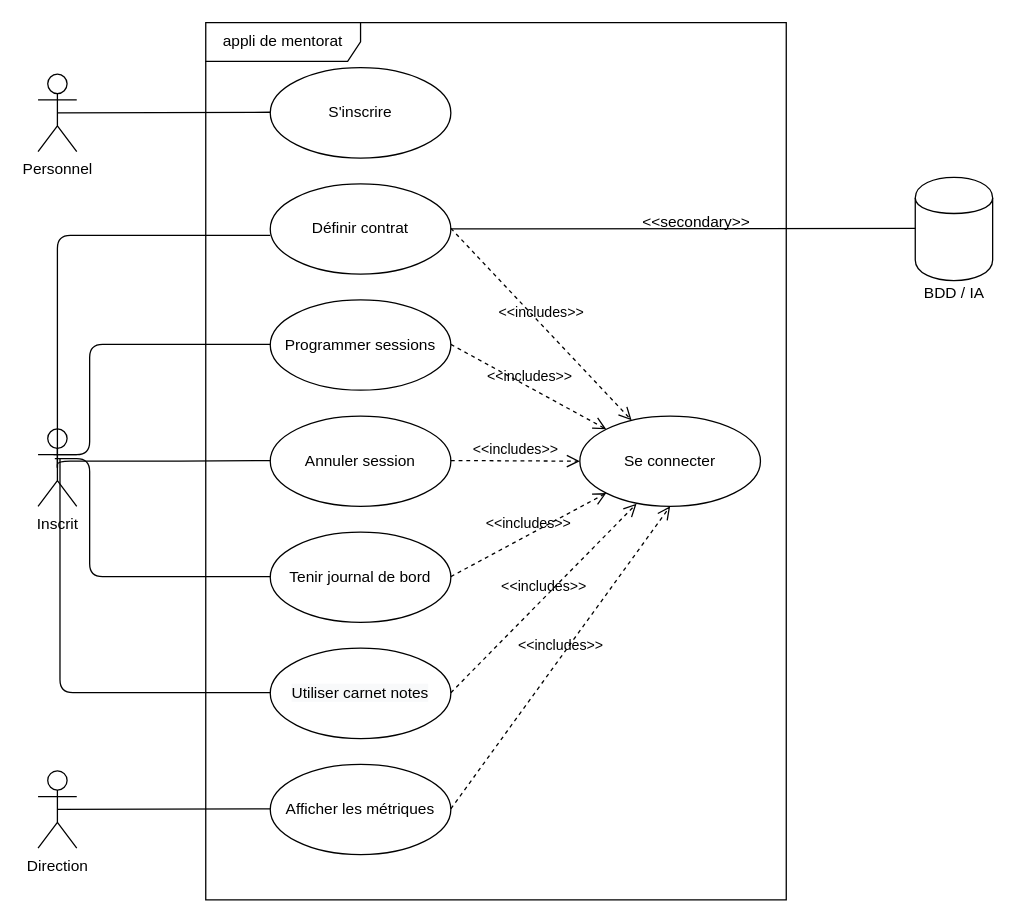
The draw.io diagram UseCasesDiagram.drawio in emmo78/Project_ConceptionOfMentorApp, before the edit. Source tidied: cells renumbered, new cells numbered last; positions are measured from the earlier drawing's top-left corner, leaving out a move shared by most shapes. Both pictures are drawn from the tidied source at 129%, with x=0, y=0 at pixel (37, 22).
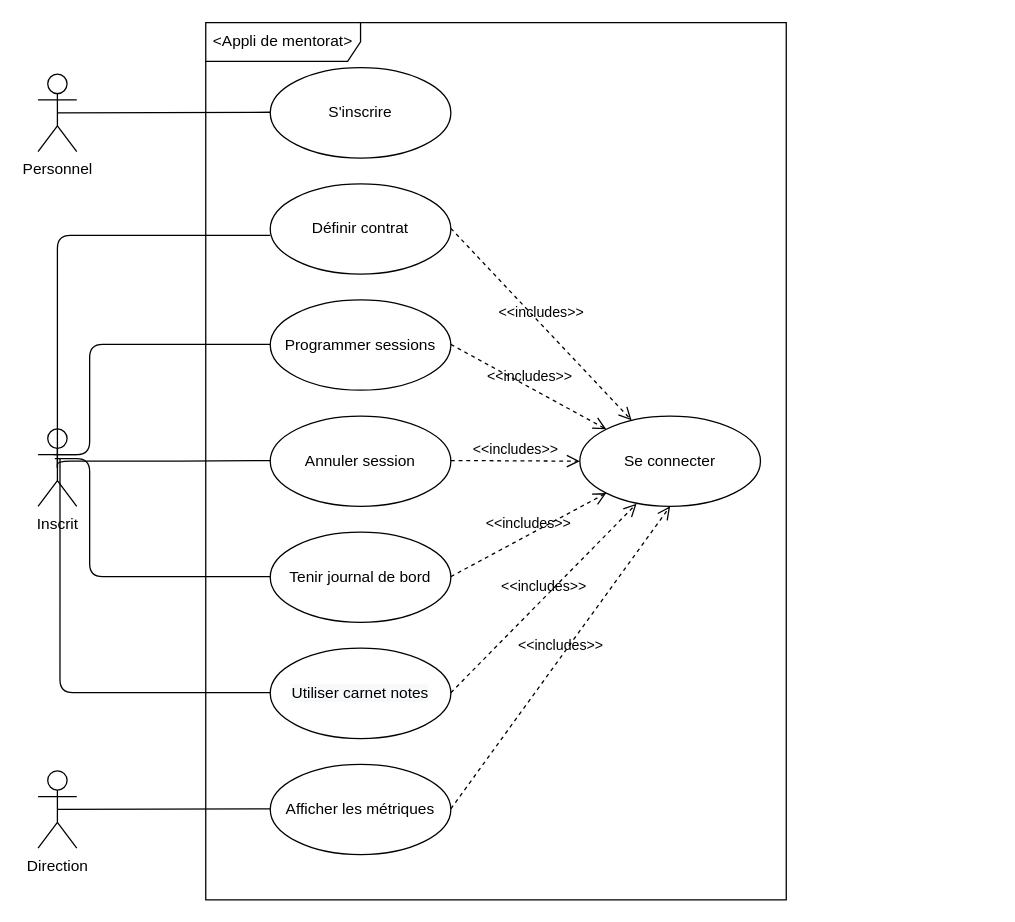
After the change.

The change refers to these unchanged cells:
```xml
<mxCell id="4" value="Définir contrat" style="ellipse;whiteSpace=wrap;html=1;" parent="1" vertex="1">
  <mxGeometry x="180" y="125" width="140" height="70" as="geometry" />
</mxCell>
```

Diff of the diagram source:
```diff
@@
-    <mxCell id="2" value="appli de mentorat" style="shape=umlFrame;whiteSpace=wrap;html=1;width=120;height=30;" parent="1" vertex="1">
+    <mxCell id="2" value="&amp;lt;Appli de mentorat&amp;gt;" style="shape=umlFrame;whiteSpace=wrap;html=1;width=120;height=30;" parent="1" vertex="1">
       <mxGeometry x="130" width="450" height="680" as="geometry" />
     </mxCell>
@@
-    <mxCell id="27" style="shape=cylinder;whiteSpace=wrap;html=1;boundedLbl=1;backgroundOutline=1;verticalAlign=top;" parent="1" vertex="1">
-      <mxGeometry x="680" y="120" width="60" height="80" as="geometry" />
-    </mxCell>
-    <mxCell id="28" style="endArrow=none;html=1;edgeStyle=orthogonalEdgeStyle;exitX=1;exitY=0.5;exitDx=0;exitDy=0;" parent="1" edge="1" source="4">
-      <mxGeometry relative="1" as="geometry">
-        <mxPoint x="680" y="159.5" as="targetPoint" />
-      </mxGeometry>
-    </mxCell>
-    <mxCell id="29" value="BDD / IA" style="text;html=1;align=center;verticalAlign=middle;strokeColor=none;" parent="1" vertex="1">
-      <mxGeometry x="680" y="200" width="60" height="20" as="geometry" />
-    </mxCell>
-    <mxCell id="30" value="&amp;lt;&amp;lt;secondary&amp;gt;&amp;gt;" style="text;html=1;align=center;verticalAlign=middle;strokeColor=none;" parent="1" vertex="1">
-      <mxGeometry x="460" y="145" width="100" height="20" as="geometry" />
-    </mxCell>
```
